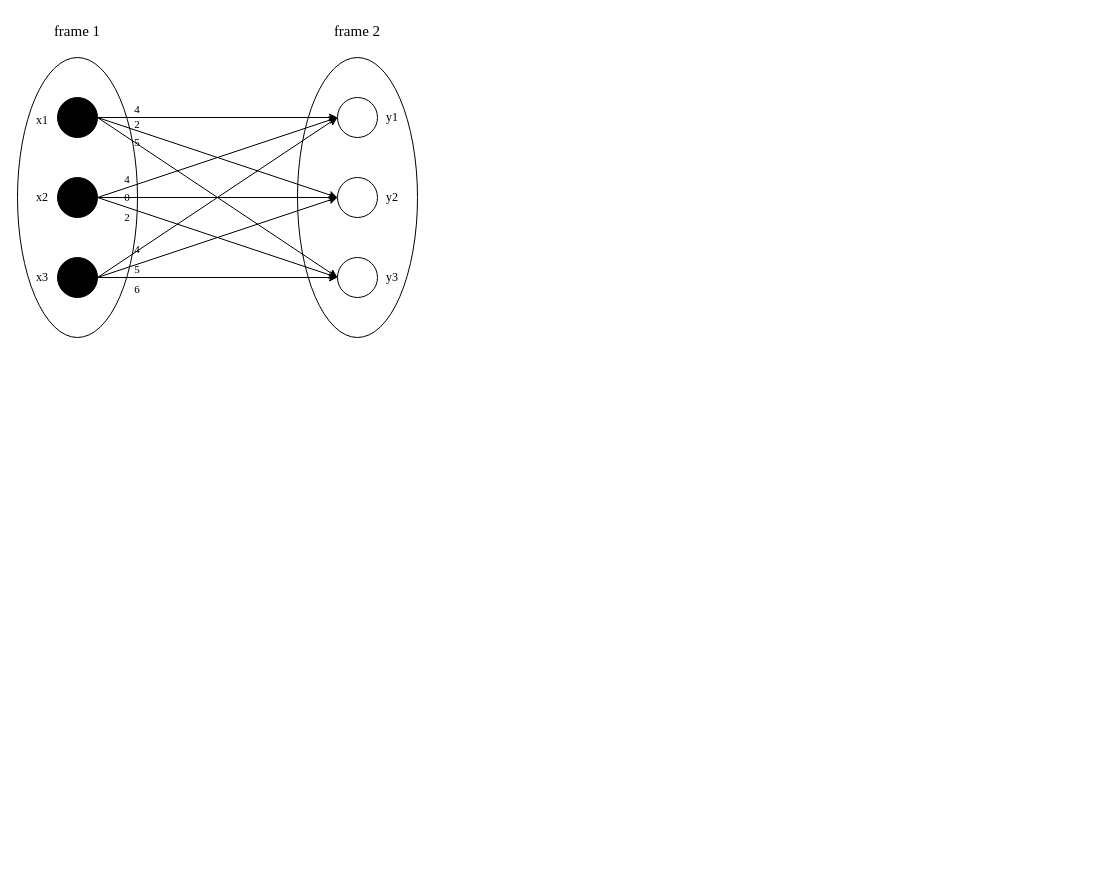
The draw.io diagram bigraph multi-touch.drawio in Katharine-0331/files, before the edit. Source tidied: cells renumbered, new cells numbered last; positions are measured from the earlier drawing's top-left corner, leaving out a move shared by most shapes. Both pictures are drawn from the tidied source at 100%, with x=0, y=0 at pixel (17, 17).
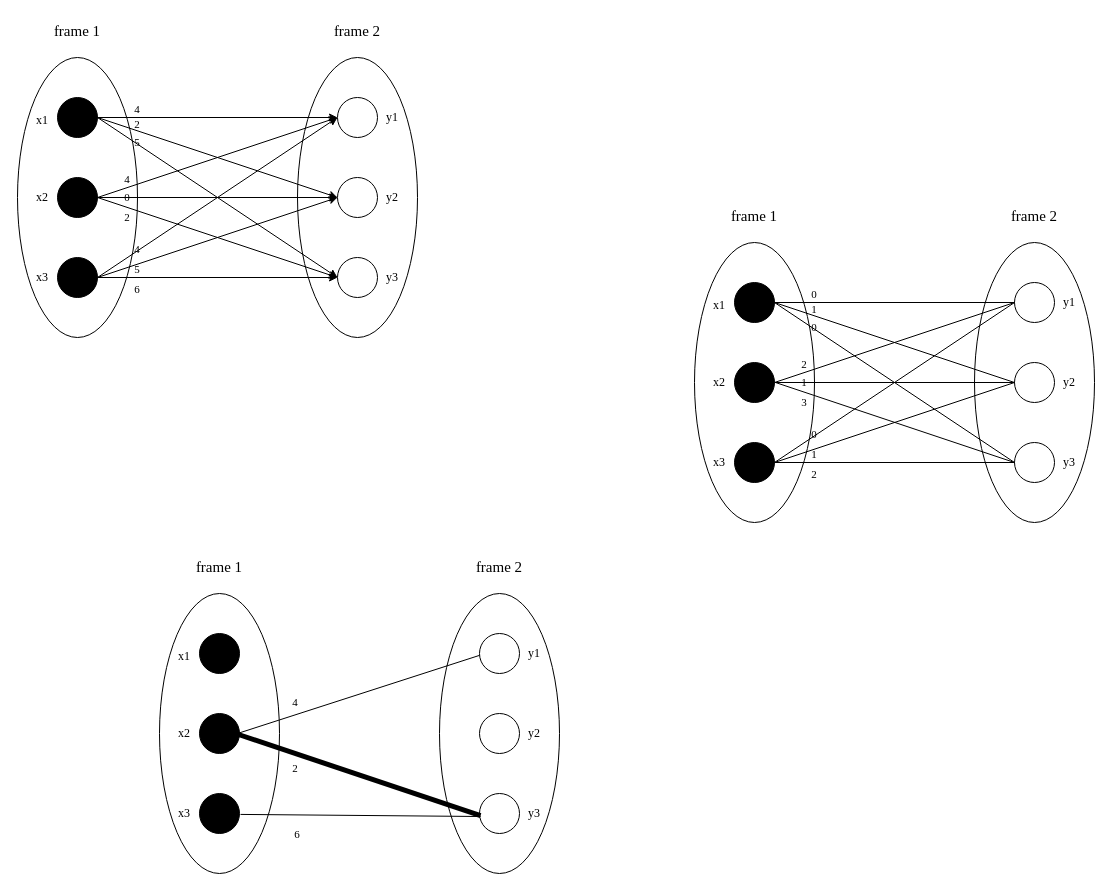
Above is the later version.

Change to the diagram source:
```diff
@@
+    <mxCell id="36" style="ellipse;whiteSpace=wrap;html=1;shadow=0;fillColor=none;" parent="1" vertex="1">
+      <mxGeometry x="957" y="225" width="120" height="280" as="geometry" />
+    </mxCell>
+    <mxCell id="37" style="ellipse;whiteSpace=wrap;html=1;shadow=0;fillColor=none;" parent="1" vertex="1">
+      <mxGeometry x="677" y="225" width="120" height="280" as="geometry" />
+    </mxCell>
@@
+    <mxCell id="38" style="ellipse;whiteSpace=wrap;html=1;shadow=0;fillColor=#000000;" parent="1" vertex="1">
+      <mxGeometry x="182" y="616" width="40" height="40" as="geometry" />
+    </mxCell>
+    <mxCell id="39" style="ellipse;whiteSpace=wrap;html=1;fillColor=#000000;" parent="1" vertex="1">
+      <mxGeometry x="182" y="696" width="40" height="40" as="geometry" />
+    </mxCell>
+    <mxCell id="40" style="ellipse;whiteSpace=wrap;html=1;fillColor=#000000;" parent="1" vertex="1">
+      <mxGeometry x="182" y="776" width="40" height="40" as="geometry" />
+    </mxCell>
+    <mxCell id="41" style="ellipse;whiteSpace=wrap;html=1;" parent="1" vertex="1">
+      <mxGeometry x="462" y="616" width="40" height="40" as="geometry" />
+    </mxCell>
+    <mxCell id="42" style="ellipse;whiteSpace=wrap;html=1;" parent="1" vertex="1">
+      <mxGeometry x="462" y="696" width="40" height="40" as="geometry" />
+    </mxCell>
+    <mxCell id="43" style="ellipse;whiteSpace=wrap;html=1;" parent="1" vertex="1">
+      <mxGeometry x="462" y="776" width="40" height="40" as="geometry" />
+    </mxCell>
+    <mxCell id="44" style="ellipse;whiteSpace=wrap;html=1;shadow=0;fillColor=none;" parent="1" vertex="1">
+      <mxGeometry x="142" y="576" width="120" height="280" as="geometry" />
+    </mxCell>
+    <mxCell id="45" style="ellipse;whiteSpace=wrap;html=1;shadow=0;fillColor=none;" parent="1" vertex="1">
+      <mxGeometry x="422" y="576" width="120" height="280" as="geometry" />
+    </mxCell>
+    <mxCell id="46" value="&lt;font face=&quot;Times New Roman&quot;&gt;x1&lt;/font&gt;" style="text;html=1;strokeColor=none;fillColor=none;align=center;verticalAlign=middle;whiteSpace=wrap;rounded=0;shadow=0;" parent="1" vertex="1">
+      <mxGeometry x="142" y="626" width="50" height="25" as="geometry" />
+    </mxCell>
+    <mxCell id="47" value="&lt;font face=&quot;Times New Roman&quot;&gt;x2&lt;/font&gt;" style="text;html=1;strokeColor=none;fillColor=none;align=center;verticalAlign=middle;whiteSpace=wrap;rounded=0;shadow=0;" parent="1" vertex="1">
+      <mxGeometry x="142" y="703.5" width="50" height="25" as="geometry" />
+    </mxCell>
+    <mxCell id="48" value="&lt;font face=&quot;Times New Roman&quot;&gt;x3&lt;/font&gt;" style="text;html=1;strokeColor=none;fillColor=none;align=center;verticalAlign=middle;whiteSpace=wrap;rounded=0;shadow=0;" parent="1" vertex="1">
+      <mxGeometry x="142" y="783.5" width="50" height="25" as="geometry" />
+    </mxCell>
+    <mxCell id="49" value="&lt;font face=&quot;Times New Roman&quot;&gt;y1&lt;/font&gt;" style="text;html=1;strokeColor=none;fillColor=none;align=center;verticalAlign=middle;whiteSpace=wrap;rounded=0;shadow=0;" parent="1" vertex="1">
+      <mxGeometry x="492" y="623.5" width="50" height="25" as="geometry" />
+    </mxCell>
+    <mxCell id="50" value="&lt;font face=&quot;Times New Roman&quot;&gt;y2&lt;/font&gt;" style="text;html=1;strokeColor=none;fillColor=none;align=center;verticalAlign=middle;whiteSpace=wrap;rounded=0;shadow=0;" parent="1" vertex="1">
+      <mxGeometry x="492" y="703.5" width="50" height="25" as="geometry" />
+    </mxCell>
+    <mxCell id="51" value="&lt;font face=&quot;Times New Roman&quot;&gt;y3&lt;/font&gt;" style="text;html=1;strokeColor=none;fillColor=none;align=center;verticalAlign=middle;whiteSpace=wrap;rounded=0;shadow=0;" parent="1" vertex="1">
+      <mxGeometry x="492" y="783.5" width="50" height="25" as="geometry" />
+    </mxCell>
+    <mxCell id="52" value="&lt;font face=&quot;Times New Roman&quot; style=&quot;font-size: 15px&quot;&gt;frame 1&lt;/font&gt;" style="text;html=1;strokeColor=none;fillColor=none;align=center;verticalAlign=middle;whiteSpace=wrap;rounded=0;shadow=0;" parent="1" vertex="1">
+      <mxGeometry x="177" y="536" width="50" height="25" as="geometry" />
+    </mxCell>
+    <mxCell id="53" value="&lt;font face=&quot;Times New Roman&quot; style=&quot;font-size: 15px&quot;&gt;frame 2&lt;/font&gt;" style="text;html=1;strokeColor=none;fillColor=none;align=center;verticalAlign=middle;whiteSpace=wrap;rounded=0;shadow=0;" parent="1" vertex="1">
+      <mxGeometry x="457" y="536" width="50" height="25" as="geometry" />
+    </mxCell>
+    <mxCell id="54" style="endArrow=none;html=1;rounded=0;fontFamily=Times New Roman;fontSize=11;entryX=0.333;entryY=0.221;entryDx=0;entryDy=0;entryPerimeter=0;strokeWidth=1;" parent="1" edge="1" target="45">
+      <mxGeometry relative="1" as="geometry">
+        <mxPoint x="220" y="716" as="sourcePoint" />
+      </mxGeometry>
+    </mxCell>
+    <mxCell id="55" style="endArrow=none;html=1;rounded=0;fontFamily=Times New Roman;fontSize=11;entryX=0.342;entryY=0.793;entryDx=0;entryDy=0;entryPerimeter=0;strokeWidth=5;" parent="1" edge="1" target="45">
+      <mxGeometry relative="1" as="geometry">
+        <mxPoint x="221" y="717" as="sourcePoint" />
+      </mxGeometry>
+    </mxCell>
+    <mxCell id="56" style="endArrow=none;html=1;rounded=0;fontFamily=Times New Roman;fontSize=11;exitX=0.675;exitY=0.789;exitDx=0;exitDy=0;exitPerimeter=0;strokeWidth=1;" parent="1" edge="1" source="44">
+      <mxGeometry relative="1" as="geometry">
+        <mxPoint x="463" y="799" as="targetPoint" />
+      </mxGeometry>
+    </mxCell>
+    <mxCell id="57" value="&lt;font style=&quot;font-size: 11px&quot;&gt;4&lt;/font&gt;" style="text;html=1;strokeColor=none;fillColor=none;align=center;verticalAlign=middle;whiteSpace=wrap;rounded=0;shadow=0;fontFamily=Times New Roman;fontSize=15;" parent="1" vertex="1">
+      <mxGeometry x="268" y="673" width="20" height="20" as="geometry" />
+    </mxCell>
+    <mxCell id="58" value="&lt;font style=&quot;font-size: 11px&quot;&gt;2&lt;/font&gt;" style="text;html=1;strokeColor=none;fillColor=none;align=center;verticalAlign=middle;whiteSpace=wrap;rounded=0;shadow=0;fontFamily=Times New Roman;fontSize=15;" parent="1" vertex="1">
+      <mxGeometry x="268" y="739" width="20" height="20" as="geometry" />
+    </mxCell>
+    <mxCell id="59" value="&lt;font style=&quot;font-size: 11px&quot;&gt;6&lt;/font&gt;" style="text;html=1;strokeColor=none;fillColor=none;align=center;verticalAlign=middle;whiteSpace=wrap;rounded=0;shadow=0;fontFamily=Times New Roman;fontSize=15;" parent="1" vertex="1">
+      <mxGeometry x="270" y="805" width="20" height="20" as="geometry" />
+    </mxCell>
+    <mxCell id="60" style="ellipse;whiteSpace=wrap;html=1;shadow=0;fillColor=#000000;" parent="1" vertex="1">
+      <mxGeometry x="717" y="265" width="40" height="40" as="geometry" />
+    </mxCell>
+    <mxCell id="61" style="ellipse;whiteSpace=wrap;html=1;fillColor=#000000;" parent="1" vertex="1">
+      <mxGeometry x="717" y="345" width="40" height="40" as="geometry" />
+    </mxCell>
+    <mxCell id="62" style="ellipse;whiteSpace=wrap;html=1;fillColor=#000000;" parent="1" vertex="1">
+      <mxGeometry x="717" y="425" width="40" height="40" as="geometry" />
+    </mxCell>
+    <mxCell id="63" style="ellipse;whiteSpace=wrap;html=1;" parent="1" vertex="1">
+      <mxGeometry x="997" y="265" width="40" height="40" as="geometry" />
+    </mxCell>
+    <mxCell id="64" style="ellipse;whiteSpace=wrap;html=1;" parent="1" vertex="1">
+      <mxGeometry x="997" y="345" width="40" height="40" as="geometry" />
+    </mxCell>
+    <mxCell id="65" style="ellipse;whiteSpace=wrap;html=1;" parent="1" vertex="1">
+      <mxGeometry x="997" y="425" width="40" height="40" as="geometry" />
+    </mxCell>
+    <mxCell id="66" value="&lt;font face=&quot;Times New Roman&quot;&gt;x1&lt;/font&gt;" style="text;html=1;strokeColor=none;fillColor=none;align=center;verticalAlign=middle;whiteSpace=wrap;rounded=0;shadow=0;" parent="1" vertex="1">
+      <mxGeometry x="677" y="275" width="50" height="25" as="geometry" />
+    </mxCell>
+    <mxCell id="67" value="&lt;font face=&quot;Times New Roman&quot;&gt;x2&lt;/font&gt;" style="text;html=1;strokeColor=none;fillColor=none;align=center;verticalAlign=middle;whiteSpace=wrap;rounded=0;shadow=0;" parent="1" vertex="1">
+      <mxGeometry x="677" y="352.5" width="50" height="25" as="geometry" />
+    </mxCell>
+    <mxCell id="68" value="&lt;font face=&quot;Times New Roman&quot;&gt;x3&lt;/font&gt;" style="text;html=1;strokeColor=none;fillColor=none;align=center;verticalAlign=middle;whiteSpace=wrap;rounded=0;shadow=0;" parent="1" vertex="1">
+      <mxGeometry x="677" y="432.5" width="50" height="25" as="geometry" />
+    </mxCell>
+    <mxCell id="69" value="&lt;font face=&quot;Times New Roman&quot;&gt;y1&lt;/font&gt;" style="text;html=1;strokeColor=none;fillColor=none;align=center;verticalAlign=middle;whiteSpace=wrap;rounded=0;shadow=0;" parent="1" vertex="1">
+      <mxGeometry x="1027" y="272.5" width="50" height="25" as="geometry" />
+    </mxCell>
+    <mxCell id="70" value="&lt;font face=&quot;Times New Roman&quot;&gt;y2&lt;/font&gt;" style="text;html=1;strokeColor=none;fillColor=none;align=center;verticalAlign=middle;whiteSpace=wrap;rounded=0;shadow=0;" parent="1" vertex="1">
+      <mxGeometry x="1027" y="352.5" width="50" height="25" as="geometry" />
+    </mxCell>
+    <mxCell id="71" value="&lt;font face=&quot;Times New Roman&quot;&gt;y3&lt;/font&gt;" style="text;html=1;strokeColor=none;fillColor=none;align=center;verticalAlign=middle;whiteSpace=wrap;rounded=0;shadow=0;" parent="1" vertex="1">
+      <mxGeometry x="1027" y="432.5" width="50" height="25" as="geometry" />
+    </mxCell>
+    <mxCell id="72" value="&lt;font face=&quot;Times New Roman&quot; style=&quot;font-size: 15px&quot;&gt;frame 1&lt;/font&gt;" style="text;html=1;strokeColor=none;fillColor=none;align=center;verticalAlign=middle;whiteSpace=wrap;rounded=0;shadow=0;" parent="1" vertex="1">
+      <mxGeometry x="712" y="185" width="50" height="25" as="geometry" />
+    </mxCell>
+    <mxCell id="73" value="&lt;font face=&quot;Times New Roman&quot; style=&quot;font-size: 15px&quot;&gt;frame 2&lt;/font&gt;" style="text;html=1;strokeColor=none;fillColor=none;align=center;verticalAlign=middle;whiteSpace=wrap;rounded=0;shadow=0;" parent="1" vertex="1">
+      <mxGeometry x="992" y="185" width="50" height="25" as="geometry" />
+    </mxCell>
+    <mxCell id="74" value="&lt;font style=&quot;font-size: 11px&quot;&gt;0&lt;/font&gt;" style="text;html=1;strokeColor=none;fillColor=none;align=center;verticalAlign=middle;whiteSpace=wrap;rounded=0;shadow=0;fontFamily=Times New Roman;fontSize=15;" parent="1" vertex="1">
+      <mxGeometry x="787" y="265" width="20" height="20" as="geometry" />
+    </mxCell>
+    <mxCell id="75" value="&lt;font style=&quot;font-size: 11px&quot;&gt;1&lt;/font&gt;" style="text;html=1;strokeColor=none;fillColor=none;align=center;verticalAlign=middle;whiteSpace=wrap;rounded=0;shadow=0;fontFamily=Times New Roman;fontSize=15;" parent="1" vertex="1">
+      <mxGeometry x="787" y="280" width="20" height="20" as="geometry" />
+    </mxCell>
+    <mxCell id="76" value="&lt;font style=&quot;font-size: 11px&quot;&gt;0&lt;/font&gt;" style="text;html=1;strokeColor=none;fillColor=none;align=center;verticalAlign=middle;whiteSpace=wrap;rounded=0;shadow=0;fontFamily=Times New Roman;fontSize=15;" parent="1" vertex="1">
+      <mxGeometry x="787" y="297.5" width="20" height="20" as="geometry" />
+    </mxCell>
+    <mxCell id="77" value="&lt;font style=&quot;font-size: 11px&quot;&gt;2&lt;/font&gt;" style="text;html=1;strokeColor=none;fillColor=none;align=center;verticalAlign=middle;whiteSpace=wrap;rounded=0;shadow=0;fontFamily=Times New Roman;fontSize=15;" parent="1" vertex="1">
+      <mxGeometry x="777" y="335" width="20" height="20" as="geometry" />
+    </mxCell>
+    <mxCell id="78" value="&lt;font style=&quot;font-size: 11px&quot;&gt;1&lt;/font&gt;" style="text;html=1;strokeColor=none;fillColor=none;align=center;verticalAlign=middle;whiteSpace=wrap;rounded=0;shadow=0;fontFamily=Times New Roman;fontSize=15;" parent="1" vertex="1">
+      <mxGeometry x="777" y="352.5" width="20" height="20" as="geometry" />
+    </mxCell>
+    <mxCell id="79" value="&lt;font style=&quot;font-size: 11px&quot;&gt;3&lt;/font&gt;" style="text;html=1;strokeColor=none;fillColor=none;align=center;verticalAlign=middle;whiteSpace=wrap;rounded=0;shadow=0;fontFamily=Times New Roman;fontSize=15;" parent="1" vertex="1">
+      <mxGeometry x="777" y="372.5" width="20" height="20" as="geometry" />
+    </mxCell>
+    <mxCell id="80" value="&lt;font style=&quot;font-size: 11px&quot;&gt;0&lt;/font&gt;" style="text;html=1;strokeColor=none;fillColor=none;align=center;verticalAlign=middle;whiteSpace=wrap;rounded=0;shadow=0;fontFamily=Times New Roman;fontSize=15;" parent="1" vertex="1">
+      <mxGeometry x="787" y="405" width="20" height="20" as="geometry" />
+    </mxCell>
+    <mxCell id="81" value="&lt;font style=&quot;font-size: 11px&quot;&gt;1&lt;/font&gt;" style="text;html=1;strokeColor=none;fillColor=none;align=center;verticalAlign=middle;whiteSpace=wrap;rounded=0;shadow=0;fontFamily=Times New Roman;fontSize=15;" parent="1" vertex="1">
+      <mxGeometry x="787" y="425" width="20" height="20" as="geometry" />
+    </mxCell>
+    <mxCell id="82" value="&lt;font style=&quot;font-size: 11px&quot;&gt;2&lt;/font&gt;" style="text;html=1;strokeColor=none;fillColor=none;align=center;verticalAlign=middle;whiteSpace=wrap;rounded=0;shadow=0;fontFamily=Times New Roman;fontSize=15;" parent="1" vertex="1">
+      <mxGeometry x="787" y="445" width="20" height="20" as="geometry" />
+    </mxCell>
+    <mxCell id="83" style="endArrow=none;html=1;rounded=0;fontFamily=Times New Roman;fontSize=11;strokeWidth=1;exitX=1;exitY=0.5;exitDx=0;exitDy=0;entryX=0;entryY=0.5;entryDx=0;entryDy=0;" parent="1" edge="1" source="60" target="63">
+      <mxGeometry relative="1" as="geometry" />
+    </mxCell>
+    <mxCell id="84" style="endArrow=none;html=1;rounded=0;fontFamily=Times New Roman;fontSize=11;strokeWidth=1;exitX=1;exitY=0.5;exitDx=0;exitDy=0;entryX=0;entryY=0.5;entryDx=0;entryDy=0;" parent="1" edge="1" source="60" target="64">
+      <mxGeometry relative="1" as="geometry" />
+    </mxCell>
+    <mxCell id="85" style="endArrow=none;html=1;rounded=0;fontFamily=Times New Roman;fontSize=11;strokeWidth=1;exitX=1;exitY=0.5;exitDx=0;exitDy=0;entryX=0;entryY=0.5;entryDx=0;entryDy=0;" parent="1" edge="1" source="60" target="65">
+      <mxGeometry relative="1" as="geometry" />
+    </mxCell>
+    <mxCell id="86" style="endArrow=none;html=1;rounded=0;fontFamily=Times New Roman;fontSize=11;strokeWidth=1;exitX=1;exitY=0.5;exitDx=0;exitDy=0;entryX=0;entryY=0.5;entryDx=0;entryDy=0;" parent="1" edge="1" source="61" target="64">
+      <mxGeometry relative="1" as="geometry" />
+    </mxCell>
+    <mxCell id="87" style="endArrow=none;html=1;rounded=0;fontFamily=Times New Roman;fontSize=11;strokeWidth=1;exitX=1;exitY=0.5;exitDx=0;exitDy=0;entryX=0;entryY=0.5;entryDx=0;entryDy=0;" parent="1" edge="1" source="61" target="63">
+      <mxGeometry relative="1" as="geometry" />
+    </mxCell>
+    <mxCell id="88" style="endArrow=none;html=1;rounded=0;fontFamily=Times New Roman;fontSize=11;strokeWidth=1;entryX=0;entryY=0.5;entryDx=0;entryDy=0;" parent="1" edge="1" target="65">
+      <mxGeometry relative="1" as="geometry">
+        <mxPoint x="758" y="365" as="sourcePoint" />
+      </mxGeometry>
+    </mxCell>
+    <mxCell id="89" style="endArrow=none;html=1;rounded=0;fontFamily=Times New Roman;fontSize=11;strokeWidth=1;exitX=1;exitY=0.5;exitDx=0;exitDy=0;entryX=0;entryY=0.5;entryDx=0;entryDy=0;" parent="1" edge="1" source="62" target="63">
+      <mxGeometry relative="1" as="geometry" />
+    </mxCell>
+    <mxCell id="90" style="endArrow=none;html=1;rounded=0;fontFamily=Times New Roman;fontSize=11;strokeWidth=1;exitX=1;exitY=0.5;exitDx=0;exitDy=0;entryX=0;entryY=0.5;entryDx=0;entryDy=0;" parent="1" edge="1" source="62" target="64">
+      <mxGeometry relative="1" as="geometry" />
+    </mxCell>
+    <mxCell id="91" style="endArrow=none;html=1;rounded=0;fontFamily=Times New Roman;fontSize=11;strokeWidth=1;exitX=1;exitY=0.5;exitDx=0;exitDy=0;entryX=0;entryY=0.5;entryDx=0;entryDy=0;" parent="1" edge="1" source="62" target="65">
+      <mxGeometry relative="1" as="geometry" />
+    </mxCell>
```
